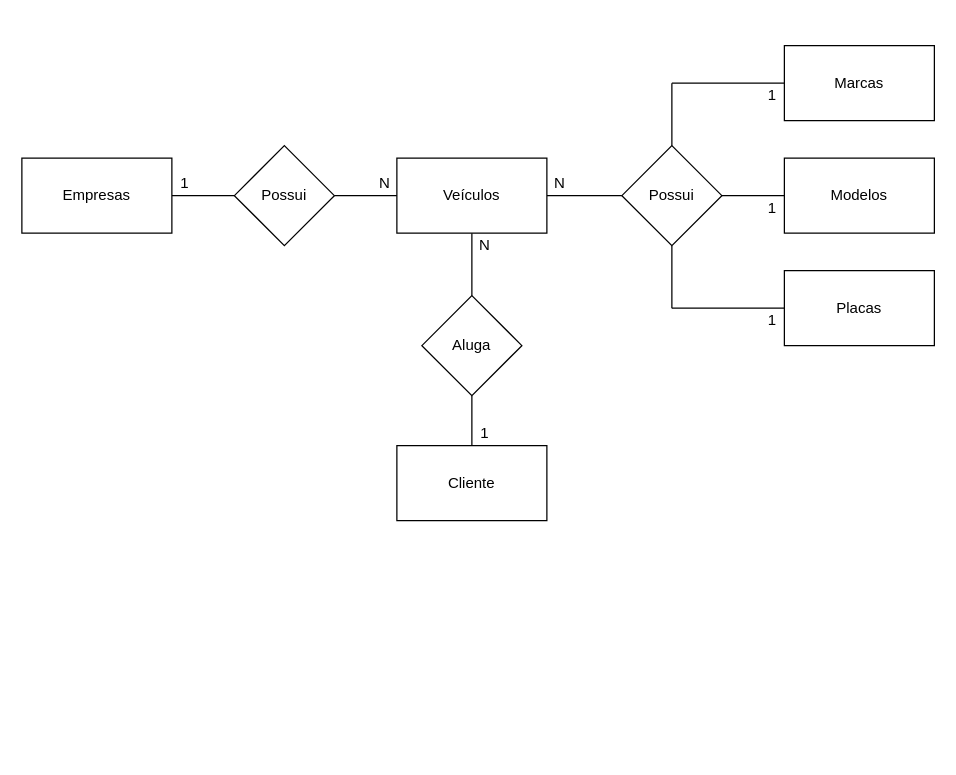
gimacedo-blop/DEV-1 keeps this draw.io diagram as page "conceitual" (1 of 2) of sprint-1-bd/exercicios/1.2-exercicio-locadora/1.2-exercicio-locadora.drawio. Above is the earlier version. Source tidied: cells renumbered, new cells numbered last; positions are measured from the earlier drawing's top-left corner, leaving out a move shared by most shapes. Both pictures are drawn from the tidied source at 125%, with x=0, y=0 at pixel (21, 45).
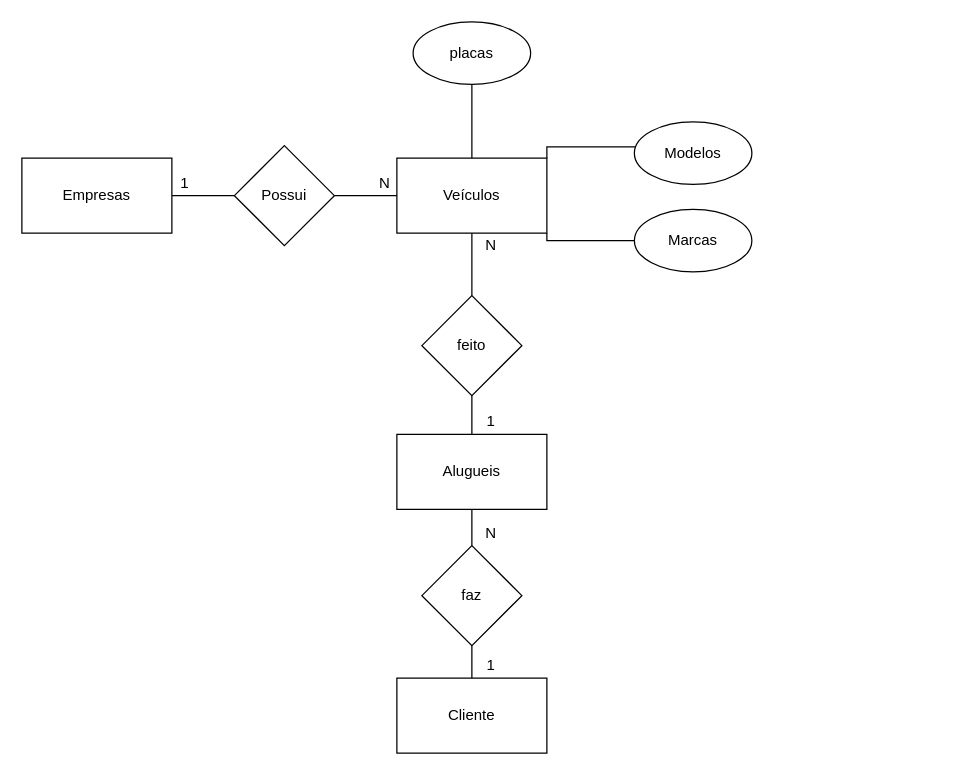
After the change.

The change refers to these unchanged cells:
```xml
<mxCell id="6" value="Veículos" style="rounded=0;whiteSpace=wrap;html=1;" parent="1" vertex="1">
  <mxGeometry x="300" y="90" width="120" height="60" as="geometry" />
</mxCell>
```

The edit, as a diff of the source:
```diff
@@
-    <mxCell id="4" style="edgeStyle=orthogonalEdgeStyle;rounded=0;jettySize=auto;html=1;entryX=0;entryY=0.5;entryDx=0;entryDy=0;endArrow=none;endFill=0;" parent="1" edge="1" source="6" target="18">
-      <mxGeometry relative="1" as="geometry" />
-    </mxCell>
-    <mxCell id="5" style="edgeStyle=orthogonalEdgeStyle;rounded=0;jettySize=auto;html=1;entryX=0.5;entryY=0;entryDx=0;entryDy=0;endArrow=none;endFill=0;" parent="1" edge="1" source="6" target="20">
-      <mxGeometry relative="1" as="geometry" />
-    </mxCell>
@@
-    <mxCell id="7" style="edgeStyle=orthogonalEdgeStyle;rounded=0;jettySize=auto;html=1;endArrow=none;endFill=0;" parent="1" edge="1" source="8">
-      <mxGeometry relative="1" as="geometry">
-        <mxPoint x="520" y="30" as="targetPoint" />
-      </mxGeometry>
-    </mxCell>
-    <mxCell id="8" value="Marcas" style="rounded=0;whiteSpace=wrap;html=1;" parent="1" vertex="1">
-      <mxGeometry x="610" width="120" height="60" as="geometry" />
-    </mxCell>
-    <mxCell id="9" value="Modelos" style="rounded=0;whiteSpace=wrap;html=1;" parent="1" vertex="1">
-      <mxGeometry x="610" y="90" width="120" height="60" as="geometry" />
-    </mxCell>
-    <mxCell id="10" style="edgeStyle=orthogonalEdgeStyle;rounded=0;jettySize=auto;html=1;endArrow=none;endFill=0;" parent="1" edge="1" source="11">
-      <mxGeometry relative="1" as="geometry">
-        <mxPoint x="520" y="210" as="targetPoint" />
-      </mxGeometry>
-    </mxCell>
-    <mxCell id="11" value="Placas" style="rounded=0;whiteSpace=wrap;html=1;" parent="1" vertex="1">
-      <mxGeometry x="610" y="180" width="120" height="60" as="geometry" />
-    </mxCell>
     <mxCell id="12" value="Cliente" style="rounded=0;whiteSpace=wrap;html=1;" parent="1" vertex="1">
-      <mxGeometry x="300" y="320" width="120" height="60" as="geometry" />
+      <mxGeometry x="300" y="506" width="120" height="60" as="geometry" />
     </mxCell>
@@
-    <mxCell id="15" style="edgeStyle=orthogonalEdgeStyle;rounded=0;jettySize=auto;html=1;entryX=0;entryY=0.5;entryDx=0;entryDy=0;endArrow=none;endFill=0;" parent="1" edge="1" source="18" target="9">
-      <mxGeometry relative="1" as="geometry" />
-    </mxCell>
-    <mxCell id="16" style="edgeStyle=orthogonalEdgeStyle;rounded=0;jettySize=auto;html=1;endArrow=none;endFill=0;" parent="1" edge="1" source="18">
-      <mxGeometry relative="1" as="geometry">
-        <mxPoint x="520" y="30" as="targetPoint" />
-      </mxGeometry>
-    </mxCell>
-    <mxCell id="17" style="edgeStyle=orthogonalEdgeStyle;rounded=0;jettySize=auto;html=1;endArrow=none;endFill=0;" parent="1" edge="1" source="18">
-      <mxGeometry relative="1" as="geometry">
-        <mxPoint x="520" y="210" as="targetPoint" />
-      </mxGeometry>
-    </mxCell>
-    <mxCell id="18" value="Possui" style="rhombus;whiteSpace=wrap;html=1;" parent="1" vertex="1">
-      <mxGeometry x="480" y="80" width="80" height="80" as="geometry" />
-    </mxCell>
-    <mxCell id="19" style="edgeStyle=orthogonalEdgeStyle;rounded=0;jettySize=auto;html=1;entryX=0.5;entryY=0;entryDx=0;entryDy=0;endArrow=none;endFill=0;" parent="1" edge="1" source="20" target="12">
-      <mxGeometry relative="1" as="geometry" />
-    </mxCell>
-    <mxCell id="20" value="Aluga" style="rhombus;whiteSpace=wrap;html=1;" parent="1" vertex="1">
-      <mxGeometry x="320" y="200" width="80" height="80" as="geometry" />
-    </mxCell>
@@
-    <mxCell id="23" value="1" style="text;html=1;align=center;verticalAlign=middle;" parent="1" vertex="1">
-      <mxGeometry x="360" y="300" width="20" height="20" as="geometry" />
-    </mxCell>
-    <mxCell id="24" value="N" style="text;html=1;align=center;verticalAlign=middle;" parent="1" vertex="1">
-      <mxGeometry x="360" y="150" width="20" height="20" as="geometry" />
-    </mxCell>
-    <mxCell id="25" value="N" style="text;html=1;align=center;verticalAlign=middle;" parent="1" vertex="1">
-      <mxGeometry x="420" y="100" width="20" height="20" as="geometry" />
-    </mxCell>
-    <mxCell id="26" value="1" style="text;html=1;align=center;verticalAlign=middle;" parent="1" vertex="1">
-      <mxGeometry x="590" y="30" width="20" height="20" as="geometry" />
-    </mxCell>
-    <mxCell id="27" value="1" style="text;html=1;align=center;verticalAlign=middle;" parent="1" vertex="1">
-      <mxGeometry x="590" y="120" width="20" height="20" as="geometry" />
-    </mxCell>
-    <mxCell id="28" value="1" style="text;html=1;align=center;verticalAlign=middle;" parent="1" vertex="1">
-      <mxGeometry x="590" y="210" width="20" height="20" as="geometry" />
-    </mxCell>
+    <mxCell id="29" style="edgeStyle=orthogonalEdgeStyle;rounded=0;jettySize=auto;html=1;entryX=0.5;entryY=0;entryDx=0;entryDy=0;endArrow=none;endFill=0;" parent="1" edge="1" source="30" target="35">
+      <mxGeometry relative="1" as="geometry" />
+    </mxCell>
+    <mxCell id="30" value="Alugueis" style="rounded=0;whiteSpace=wrap;html=1;" parent="1" vertex="1">
+      <mxGeometry x="300" y="311" width="120" height="60" as="geometry" />
+    </mxCell>
+    <mxCell id="31" style="edgeStyle=orthogonalEdgeStyle;rounded=0;jettySize=auto;html=1;endArrow=none;endFill=0;entryX=0.5;entryY=1;entryDx=0;entryDy=0;" parent="1" edge="1" source="33" target="6">
+      <mxGeometry relative="1" as="geometry" />
+    </mxCell>
+    <mxCell id="32" style="edgeStyle=orthogonalEdgeStyle;rounded=0;jettySize=auto;html=1;entryX=0.5;entryY=0;entryDx=0;entryDy=0;endArrow=none;endFill=0;" parent="1" edge="1" source="33" target="30">
+      <mxGeometry relative="1" as="geometry" />
+    </mxCell>
+    <mxCell id="33" value="feito" style="rhombus;whiteSpace=wrap;html=1;" parent="1" vertex="1">
+      <mxGeometry x="320" y="200" width="80" height="80" as="geometry" />
+    </mxCell>
+    <mxCell id="34" style="edgeStyle=orthogonalEdgeStyle;rounded=0;jettySize=auto;html=1;entryX=0.5;entryY=0;entryDx=0;entryDy=0;endArrow=none;endFill=0;" parent="1" edge="1" source="35" target="12">
+      <mxGeometry relative="1" as="geometry" />
+    </mxCell>
+    <mxCell id="35" value="faz" style="rhombus;whiteSpace=wrap;html=1;" parent="1" vertex="1">
+      <mxGeometry x="320" y="400" width="80" height="80" as="geometry" />
+    </mxCell>
+    <mxCell id="36" value="1" style="text;html=1;align=center;verticalAlign=middle;" parent="1" vertex="1">
+      <mxGeometry x="365" y="486" width="20" height="20" as="geometry" />
+    </mxCell>
+    <mxCell id="37" value="N" style="text;html=1;align=center;verticalAlign=middle;" parent="1" vertex="1">
+      <mxGeometry x="365" y="380" width="20" height="20" as="geometry" />
+    </mxCell>
+    <mxCell id="38" value="1" style="text;html=1;align=center;verticalAlign=middle;" parent="1" vertex="1">
+      <mxGeometry x="365" y="291" width="20" height="20" as="geometry" />
+    </mxCell>
+    <mxCell id="39" value="N" style="text;html=1;align=center;verticalAlign=middle;" parent="1" vertex="1">
+      <mxGeometry x="365" y="150" width="20" height="20" as="geometry" />
+    </mxCell>
+    <mxCell id="40" style="edgeStyle=orthogonalEdgeStyle;rounded=0;jettySize=auto;html=1;entryX=0.5;entryY=0;entryDx=0;entryDy=0;endArrow=none;endFill=0;" parent="1" edge="1" source="41" target="6">
+      <mxGeometry relative="1" as="geometry" />
+    </mxCell>
+    <mxCell id="41" value="placas" style="ellipse;whiteSpace=wrap;html=1;" parent="1" vertex="1">
+      <mxGeometry x="313" y="-19" width="94" height="50" as="geometry" />
+    </mxCell>
+    <mxCell id="42" style="edgeStyle=orthogonalEdgeStyle;rounded=0;jettySize=auto;html=1;entryX=1;entryY=0;entryDx=0;entryDy=0;endArrow=none;endFill=0;" parent="1" edge="1" source="9" target="6">
+      <mxGeometry relative="1" as="geometry">
+        <Array as="points">
+          <mxPoint x="420" y="81" />
+        </Array>
+      </mxGeometry>
+    </mxCell>
+    <mxCell id="9" value="Modelos" style="ellipse;whiteSpace=wrap;html=1;" parent="1" vertex="1">
+      <mxGeometry x="490" y="61" width="94" height="50" as="geometry" />
+    </mxCell>
+    <mxCell id="43" style="edgeStyle=orthogonalEdgeStyle;rounded=0;jettySize=auto;html=1;entryX=1;entryY=1;entryDx=0;entryDy=0;endArrow=none;endFill=0;" parent="1" edge="1" source="8" target="6">
+      <mxGeometry relative="1" as="geometry">
+        <Array as="points">
+          <mxPoint x="420" y="156" />
+        </Array>
+      </mxGeometry>
+    </mxCell>
+    <mxCell id="8" value="Marcas" style="ellipse;whiteSpace=wrap;html=1;" parent="1" vertex="1">
+      <mxGeometry x="490" y="131" width="94" height="50" as="geometry" />
+    </mxCell>
```
